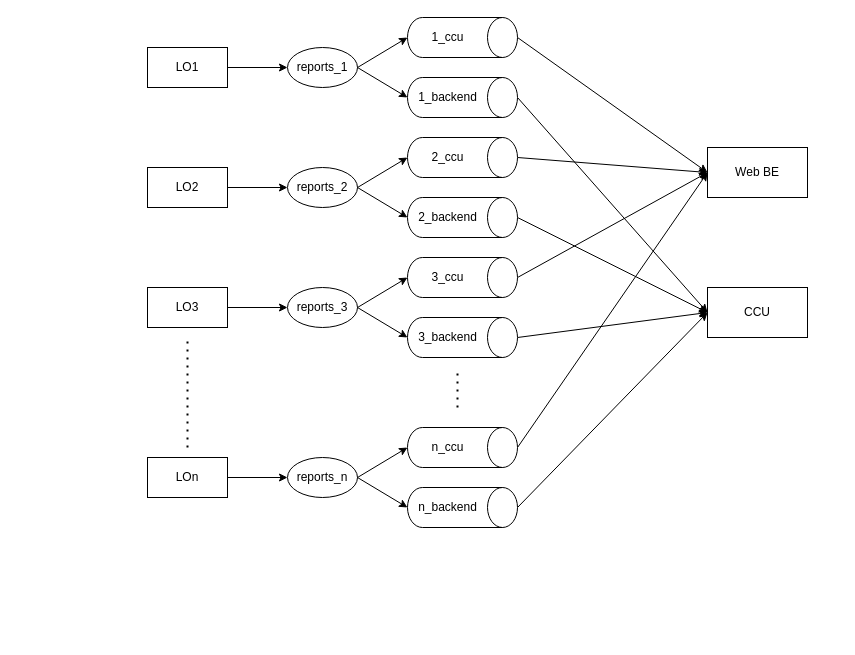
The draw.io diagram doc/diagrams/src/lo_as_producer.drawio in AUT-Hard-Ski-Paradise/.github, before the edit. Source tidied: cells renumbered, new cells numbered last; positions are measured from the earlier drawing's top-left corner, leaving out a move shared by most shapes. Both pictures are drawn from the tidied source at 100%, with x=0, y=0 at pixel (147, -18).
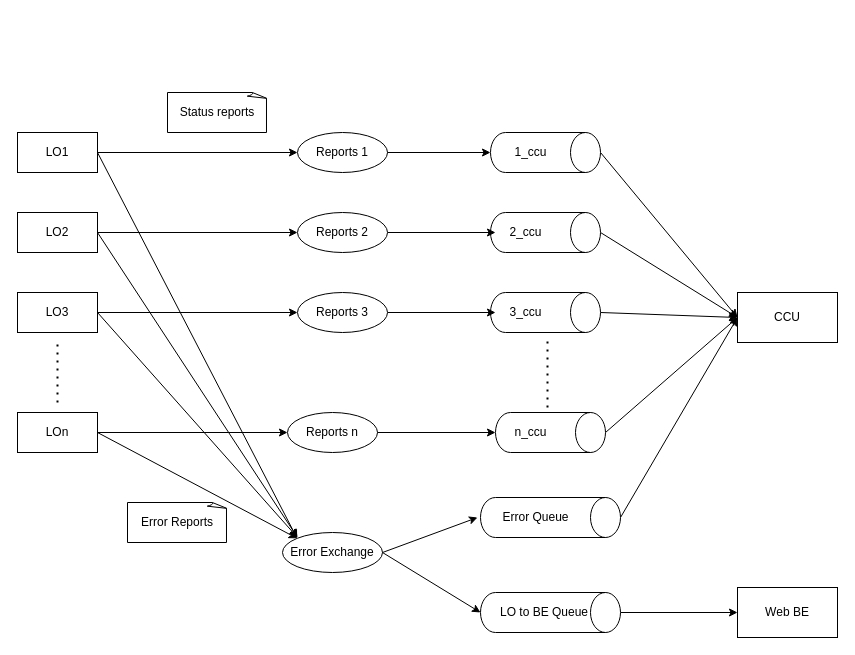
The same diagram, later.

Commit message (it also covers changes not shown here):
update lo as producer diagram

Change to the diagram source:
```diff
@@
-    <mxCell id="2" style="edgeStyle=orthogonalEdgeStyle;rounded=0;jettySize=auto;html=1;exitX=1;exitY=0.5;exitDx=0;exitDy=0;entryX=0;entryY=0.5;entryDx=0;entryDy=0;" parent="1" edge="1" source="3" target="10">
-      <mxGeometry relative="1" as="geometry" />
-    </mxCell>
+    <mxCell id="50" style="edgeStyle=none;rounded=0;jettySize=auto;html=1;exitX=1;exitY=0.5;exitDx=0;exitDy=0;" parent="1" edge="1" source="3" target="68">
+      <mxGeometry relative="1" as="geometry" />
+    </mxCell>
+    <mxCell id="51" style="edgeStyle=none;rounded=0;jettySize=auto;html=1;exitX=1;exitY=0.5;exitDx=0;exitDy=0;entryX=0;entryY=0;entryDx=0;entryDy=0;" parent="1" edge="1" source="3" target="75">
+      <mxGeometry relative="1" as="geometry" />
+    </mxCell>
     <mxCell id="3" value="LO1" style="rounded=0;whiteSpace=wrap;html=1;" parent="1" vertex="1">
-      <mxGeometry y="65" width="80" height="40" as="geometry" />
+      <mxGeometry x="-130" y="150" width="80" height="40" as="geometry" />
     </mxCell>
-    <mxCell id="4" style="edgeStyle=orthogonalEdgeStyle;rounded=0;jettySize=auto;html=1;exitX=1;exitY=0.5;exitDx=0;exitDy=0;" parent="1" edge="1" source="5" target="11">
-      <mxGeometry relative="1" as="geometry" />
-    </mxCell>
+    <mxCell id="52" style="edgeStyle=none;rounded=0;jettySize=auto;html=1;exitX=1;exitY=0.5;exitDx=0;exitDy=0;" parent="1" edge="1" source="5" target="70">
+      <mxGeometry relative="1" as="geometry" />
+    </mxCell>
+    <mxCell id="53" style="edgeStyle=none;rounded=0;jettySize=auto;html=1;exitX=1;exitY=0.5;exitDx=0;exitDy=0;" parent="1" edge="1" source="5">
+      <mxGeometry relative="1" as="geometry">
+        <mxPoint x="150" y="555" as="targetPoint" />
+      </mxGeometry>
+    </mxCell>
     <mxCell id="5" value="LO2" style="rounded=0;whiteSpace=wrap;html=1;" parent="1" vertex="1">
-      <mxGeometry y="185" width="80" height="40" as="geometry" />
+      <mxGeometry x="-130" y="230" width="80" height="40" as="geometry" />
     </mxCell>
-    <mxCell id="6" style="edgeStyle=orthogonalEdgeStyle;rounded=0;jettySize=auto;html=1;exitX=1;exitY=0.5;exitDx=0;exitDy=0;entryX=0;entryY=0.5;entryDx=0;entryDy=0;" parent="1" edge="1" source="7" target="12">
-      <mxGeometry relative="1" as="geometry" />
-    </mxCell>
+    <mxCell id="54" style="edgeStyle=none;rounded=0;jettySize=auto;html=1;exitX=1;exitY=0.5;exitDx=0;exitDy=0;" parent="1" edge="1" source="7" target="72">
+      <mxGeometry relative="1" as="geometry" />
+    </mxCell>
+    <mxCell id="55" style="edgeStyle=none;rounded=0;jettySize=auto;html=1;exitX=1;exitY=0.5;exitDx=0;exitDy=0;" parent="1" edge="1" source="7">
+      <mxGeometry relative="1" as="geometry">
+        <mxPoint x="150" y="555" as="targetPoint" />
+      </mxGeometry>
+    </mxCell>
     <mxCell id="7" value="LO3" style="rounded=0;whiteSpace=wrap;html=1;" parent="1" vertex="1">
-      <mxGeometry y="305" width="80" height="40" as="geometry" />
+      <mxGeometry x="-130" y="310" width="80" height="40" as="geometry" />
     </mxCell>
-    <mxCell id="8" style="edgeStyle=orthogonalEdgeStyle;rounded=0;jettySize=auto;html=1;exitX=1;exitY=0.5;exitDx=0;exitDy=0;" parent="1" edge="1" source="9" target="13">
-      <mxGeometry relative="1" as="geometry" />
-    </mxCell>
+    <mxCell id="56" style="edgeStyle=none;rounded=0;jettySize=auto;html=1;exitX=1;exitY=0.5;exitDx=0;exitDy=0;" parent="1" edge="1" source="9" target="73">
+      <mxGeometry relative="1" as="geometry" />
+    </mxCell>
+    <mxCell id="57" style="edgeStyle=none;rounded=0;jettySize=auto;html=1;exitX=1;exitY=0.5;exitDx=0;exitDy=0;entryX=0;entryY=0;entryDx=0;entryDy=0;" parent="1" edge="1" source="9" target="75">
+      <mxGeometry relative="1" as="geometry" />
+    </mxCell>
     <mxCell id="9" value="LOn" style="rounded=0;whiteSpace=wrap;html=1;" parent="1" vertex="1">
-      <mxGeometry y="475" width="80" height="40" as="geometry" />
+      <mxGeometry x="-130" y="430" width="80" height="40" as="geometry" />
     </mxCell>
-    <mxCell id="10" value="reports_1" style="ellipse;whiteSpace=wrap;html=1;" parent="1" vertex="1">
-      <mxGeometry x="140" y="65" width="70" height="40" as="geometry" />
-    </mxCell>
-    <mxCell id="11" value="reports_2" style="ellipse;whiteSpace=wrap;html=1;" parent="1" vertex="1">
-      <mxGeometry x="140" y="185" width="70" height="40" as="geometry" />
-    </mxCell>
-    <mxCell id="12" value="reports_3" style="ellipse;whiteSpace=wrap;html=1;" parent="1" vertex="1">
-      <mxGeometry x="140" y="305" width="70" height="40" as="geometry" />
-    </mxCell>
-    <mxCell id="13" value="reports_n" style="ellipse;whiteSpace=wrap;html=1;" parent="1" vertex="1">
-      <mxGeometry x="140" y="475" width="70" height="40" as="geometry" />
-    </mxCell>
-    <mxCell id="14" style="edgeStyle=none;rounded=0;jettySize=auto;html=1;exitX=0.5;exitY=0;exitDx=0;exitDy=0;exitPerimeter=0;entryX=0;entryY=0.5;entryDx=0;entryDy=0;" parent="1" edge="1" source="15" target="33">
-      <mxGeometry relative="1" as="geometry" />
-    </mxCell>
+    <mxCell id="58" style="edgeStyle=none;rounded=0;jettySize=auto;html=1;exitX=0.5;exitY=0;exitDx=0;exitDy=0;exitPerimeter=0;entryX=0;entryY=0.5;entryDx=0;entryDy=0;" parent="1" edge="1" source="15" target="32">
+      <mxGeometry relative="1" as="geometry" />
+    </mxCell>
     <mxCell id="15" style="shape=cylinder3;whiteSpace=wrap;html=1;boundedLbl=1;backgroundOutline=1;size=15;rotation=90;" parent="1" vertex="1">
-      <mxGeometry x="295" width="40" height="110" as="geometry" />
+      <mxGeometry x="378" y="115" width="40" height="110" as="geometry" />
     </mxCell>
-    <mxCell id="16" style="edgeStyle=none;rounded=0;jettySize=auto;html=1;exitX=0.5;exitY=0;exitDx=0;exitDy=0;exitPerimeter=0;entryX=0;entryY=0.5;entryDx=0;entryDy=0;" parent="1" edge="1" source="17" target="32">
-      <mxGeometry relative="1" as="geometry" />
-    </mxCell>
-    <mxCell id="17" style="shape=cylinder3;whiteSpace=wrap;html=1;boundedLbl=1;backgroundOutline=1;size=15;rotation=90;" parent="1" vertex="1">
-      <mxGeometry x="295" y="60" width="40" height="110" as="geometry" />
-    </mxCell>
-    <mxCell id="18" style="edgeStyle=none;rounded=0;jettySize=auto;html=1;exitX=0.5;exitY=0;exitDx=0;exitDy=0;exitPerimeter=0;entryX=0;entryY=0.5;entryDx=0;entryDy=0;" parent="1" edge="1" source="19" target="33">
-      <mxGeometry relative="1" as="geometry" />
-    </mxCell>
+    <mxCell id="59" style="edgeStyle=none;rounded=0;jettySize=auto;html=1;exitX=0.5;exitY=0;exitDx=0;exitDy=0;exitPerimeter=0;entryX=0;entryY=0.5;entryDx=0;entryDy=0;" parent="1" edge="1" source="19" target="32">
+      <mxGeometry relative="1" as="geometry" />
+    </mxCell>
     <mxCell id="19" style="shape=cylinder3;whiteSpace=wrap;html=1;boundedLbl=1;backgroundOutline=1;size=15;rotation=90;" parent="1" vertex="1">
-      <mxGeometry x="295" y="120" width="40" height="110" as="geometry" />
+      <mxGeometry x="378" y="195" width="40" height="110" as="geometry" />
     </mxCell>
-    <mxCell id="20" style="edgeStyle=none;rounded=0;jettySize=auto;html=1;exitX=0.5;exitY=0;exitDx=0;exitDy=0;exitPerimeter=0;entryX=0;entryY=0.5;entryDx=0;entryDy=0;" parent="1" edge="1" source="21" target="32">
-      <mxGeometry relative="1" as="geometry" />
-    </mxCell>
-    <mxCell id="21" style="shape=cylinder3;whiteSpace=wrap;html=1;boundedLbl=1;backgroundOutline=1;size=15;rotation=90;" parent="1" vertex="1">
-      <mxGeometry x="295" y="180" width="40" height="110" as="geometry" />
-    </mxCell>
-    <mxCell id="22" style="edgeStyle=none;rounded=0;jettySize=auto;html=1;exitX=0.5;exitY=0;exitDx=0;exitDy=0;exitPerimeter=0;entryX=0;entryY=0.5;entryDx=0;entryDy=0;" parent="1" edge="1" source="23" target="33">
-      <mxGeometry relative="1" as="geometry" />
-    </mxCell>
+    <mxCell id="60" style="edgeStyle=none;rounded=0;jettySize=auto;html=1;exitX=0.5;exitY=0;exitDx=0;exitDy=0;exitPerimeter=0;" parent="1" edge="1" source="23">
+      <mxGeometry relative="1" as="geometry">
+        <mxPoint x="590" y="335" as="targetPoint" />
+      </mxGeometry>
+    </mxCell>
     <mxCell id="23" style="shape=cylinder3;whiteSpace=wrap;html=1;boundedLbl=1;backgroundOutline=1;size=15;rotation=90;" parent="1" vertex="1">
-      <mxGeometry x="295" y="240" width="40" height="110" as="geometry" />
+      <mxGeometry x="378" y="275" width="40" height="110" as="geometry" />
     </mxCell>
-    <mxCell id="24" style="edgeStyle=none;rounded=0;jettySize=auto;html=1;exitX=0.5;exitY=0;exitDx=0;exitDy=0;exitPerimeter=0;entryX=0;entryY=0.5;entryDx=0;entryDy=0;" parent="1" edge="1" source="25" target="32">
-      <mxGeometry relative="1" as="geometry" />
-    </mxCell>
-    <mxCell id="25" style="shape=cylinder3;whiteSpace=wrap;html=1;boundedLbl=1;backgroundOutline=1;size=15;rotation=90;" parent="1" vertex="1">
-      <mxGeometry x="295" y="300" width="40" height="110" as="geometry" />
-    </mxCell>
-    <mxCell id="26" style="edgeStyle=none;rounded=0;jettySize=auto;html=1;exitX=0.5;exitY=0;exitDx=0;exitDy=0;exitPerimeter=0;entryX=0;entryY=0.5;entryDx=0;entryDy=0;" parent="1" edge="1" source="27" target="33">
-      <mxGeometry relative="1" as="geometry" />
-    </mxCell>
+    <mxCell id="61" style="edgeStyle=none;rounded=0;jettySize=auto;html=1;exitX=0.5;exitY=0;exitDx=0;exitDy=0;exitPerimeter=0;entryX=0;entryY=0.5;entryDx=0;entryDy=0;" parent="1" edge="1" source="27" target="32">
+      <mxGeometry relative="1" as="geometry" />
+    </mxCell>
     <mxCell id="27" style="shape=cylinder3;whiteSpace=wrap;html=1;boundedLbl=1;backgroundOutline=1;size=15;rotation=90;" parent="1" vertex="1">
-      <mxGeometry x="295" y="410" width="40" height="110" as="geometry" />
+      <mxGeometry x="383" y="395" width="40" height="110" as="geometry" />
     </mxCell>
-    <mxCell id="28" style="edgeStyle=none;rounded=0;jettySize=auto;html=1;exitX=0.5;exitY=0;exitDx=0;exitDy=0;exitPerimeter=0;entryX=0;entryY=0.5;entryDx=0;entryDy=0;" parent="1" edge="1" source="29" target="32">
-      <mxGeometry relative="1" as="geometry" />
-    </mxCell>
-    <mxCell id="29" style="shape=cylinder3;whiteSpace=wrap;html=1;boundedLbl=1;backgroundOutline=1;size=15;rotation=90;" parent="1" vertex="1">
-      <mxGeometry x="295" y="470" width="40" height="110" as="geometry" />
-    </mxCell>
-    <mxCell id="30" style="edgeStyle=none;rounded=0;jettySize=auto;html=1;exitX=1;exitY=0.5;exitDx=0;exitDy=0;entryX=0.5;entryY=1;entryDx=0;entryDy=0;entryPerimeter=0;" parent="1" edge="1" source="10" target="15">
-      <mxGeometry relative="1" as="geometry" />
-    </mxCell>
-    <mxCell id="31" style="edgeStyle=none;rounded=0;jettySize=auto;html=1;exitX=1;exitY=0.5;exitDx=0;exitDy=0;entryX=0.5;entryY=1;entryDx=0;entryDy=0;entryPerimeter=0;" parent="1" edge="1" source="10" target="17">
-      <mxGeometry relative="1" as="geometry" />
-    </mxCell>
     <mxCell id="32" value="CCU" style="rounded=0;whiteSpace=wrap;html=1;" parent="1" vertex="1">
-      <mxGeometry x="560" y="305" width="100" height="50" as="geometry" />
+      <mxGeometry x="590" y="310" width="100" height="50" as="geometry" />
     </mxCell>
     <mxCell id="33" value="Web BE" style="rounded=0;whiteSpace=wrap;html=1;" parent="1" vertex="1">
-      <mxGeometry x="560" y="165" width="100" height="50" as="geometry" />
+      <mxGeometry x="590" y="605" width="100" height="50" as="geometry" />
     </mxCell>
-    <mxCell id="34" style="edgeStyle=none;rounded=0;jettySize=auto;html=1;exitX=1;exitY=0.5;exitDx=0;exitDy=0;entryX=0.5;entryY=1;entryDx=0;entryDy=0;entryPerimeter=0;" parent="1" edge="1" source="11" target="19">
-      <mxGeometry relative="1" as="geometry" />
-    </mxCell>
-    <mxCell id="35" style="edgeStyle=none;rounded=0;jettySize=auto;html=1;exitX=1;exitY=0.5;exitDx=0;exitDy=0;entryX=0.5;entryY=1;entryDx=0;entryDy=0;entryPerimeter=0;" parent="1" edge="1" source="11" target="21">
-      <mxGeometry relative="1" as="geometry" />
-    </mxCell>
-    <mxCell id="36" style="edgeStyle=none;rounded=0;jettySize=auto;html=1;exitX=1;exitY=0.5;exitDx=0;exitDy=0;entryX=0.5;entryY=1;entryDx=0;entryDy=0;entryPerimeter=0;" parent="1" edge="1" source="12" target="23">
-      <mxGeometry relative="1" as="geometry" />
-    </mxCell>
-    <mxCell id="37" style="edgeStyle=none;rounded=0;jettySize=auto;html=1;exitX=1;exitY=0.5;exitDx=0;exitDy=0;entryX=0.5;entryY=1;entryDx=0;entryDy=0;entryPerimeter=0;" parent="1" edge="1" source="12" target="25">
-      <mxGeometry relative="1" as="geometry" />
-    </mxCell>
-    <mxCell id="38" style="edgeStyle=none;rounded=0;jettySize=auto;html=1;exitX=1;exitY=0.5;exitDx=0;exitDy=0;entryX=0.5;entryY=1;entryDx=0;entryDy=0;entryPerimeter=0;" parent="1" edge="1" source="13" target="27">
-      <mxGeometry relative="1" as="geometry" />
-    </mxCell>
-    <mxCell id="39" style="edgeStyle=none;rounded=0;jettySize=auto;html=1;exitX=1;exitY=0.5;exitDx=0;exitDy=0;entryX=0.5;entryY=1;entryDx=0;entryDy=0;entryPerimeter=0;" parent="1" edge="1" source="13" target="29">
-      <mxGeometry relative="1" as="geometry" />
-    </mxCell>
     <mxCell id="40" value="1_ccu" style="text;html=1;align=center;verticalAlign=middle;strokeColor=none;fillColor=none;" parent="1" vertex="1">
-      <mxGeometry x="270" y="40" width="60" height="30" as="geometry" />
+      <mxGeometry x="353" y="155" width="60" height="30" as="geometry" />
     </mxCell>
     <mxCell id="41" value="2_ccu" style="text;html=1;align=center;verticalAlign=middle;points=[];strokeColor=none;fillColor=none;" parent="1" vertex="1">
-      <mxGeometry x="270" y="160" width="60" height="30" as="geometry" />
+      <mxGeometry x="348" y="235" width="60" height="30" as="geometry" />
     </mxCell>
     <mxCell id="42" value="3_ccu" style="text;html=1;align=center;verticalAlign=middle;points=[];strokeColor=none;fillColor=none;" parent="1" vertex="1">
-      <mxGeometry x="270" y="280" width="60" height="30" as="geometry" />
+      <mxGeometry x="348" y="315" width="60" height="30" as="geometry" />
     </mxCell>
     <mxCell id="43" value="n_ccu" style="text;html=1;align=center;verticalAlign=middle;strokeColor=none;fillColor=none;" parent="1" vertex="1">
-      <mxGeometry x="270" y="450" width="60" height="30" as="geometry" />
+      <mxGeometry x="353" y="435" width="60" height="30" as="geometry" />
     </mxCell>
-    <mxCell id="44" value="1_backend" style="text;html=1;align=center;verticalAlign=middle;strokeColor=none;fillColor=none;" parent="1" vertex="1">
-      <mxGeometry x="260" y="100" width="80" height="30" as="geometry" />
-    </mxCell>
-    <mxCell id="45" value="2_backend" style="text;html=1;align=center;verticalAlign=middle;strokeColor=none;fillColor=none;" parent="1" vertex="1">
-      <mxGeometry x="260" y="220" width="80" height="30" as="geometry" />
-    </mxCell>
-    <mxCell id="46" value="3_backend" style="text;html=1;align=center;verticalAlign=middle;strokeColor=none;fillColor=none;" parent="1" vertex="1">
-      <mxGeometry x="260" y="340" width="80" height="30" as="geometry" />
-    </mxCell>
-    <mxCell id="47" value="n_backend" style="text;html=1;align=center;verticalAlign=middle;strokeColor=none;fillColor=none;" parent="1" vertex="1">
-      <mxGeometry x="260" y="510" width="80" height="30" as="geometry" />
-    </mxCell>
     <mxCell id="48" style="endArrow=none;dashed=1;html=1;dashPattern=1 3;strokeWidth=2;rounded=0;" parent="1" edge="1">
       <mxGeometry relative="1" as="geometry">
-        <mxPoint x="310" y="425" as="sourcePoint" />
-        <mxPoint x="310" y="385" as="targetPoint" />
+        <mxPoint x="400" y="425" as="sourcePoint" />
+        <mxPoint x="400" y="355" as="targetPoint" />
       </mxGeometry>
     </mxCell>
     <mxCell id="49" style="endArrow=none;dashed=1;html=1;dashPattern=1 3;strokeWidth=2;rounded=0;" parent="1" edge="1">
       <mxGeometry relative="1" as="geometry">
-        <mxPoint x="40" y="465" as="sourcePoint" />
-        <mxPoint x="40" y="355" as="targetPoint" />
+        <mxPoint x="-90" y="420" as="sourcePoint" />
+        <mxPoint x="-90" y="360" as="targetPoint" />
       </mxGeometry>
     </mxCell>
+    <mxCell id="62" style="edgeStyle=none;rounded=0;jettySize=auto;html=1;exitX=0.5;exitY=0;exitDx=0;exitDy=0;exitPerimeter=0;entryX=0;entryY=0.5;entryDx=0;entryDy=0;" parent="1" edge="1" source="63" target="33">
+      <mxGeometry relative="1" as="geometry" />
+    </mxCell>
+    <mxCell id="63" style="shape=cylinder3;whiteSpace=wrap;html=1;boundedLbl=1;backgroundOutline=1;size=15;rotation=90;" parent="1" vertex="1">
+      <mxGeometry x="383" y="560" width="40" height="140" as="geometry" />
+    </mxCell>
+    <mxCell id="64" value="LO to BE Queue" style="text;html=1;strokeColor=none;fillColor=none;align=center;verticalAlign=middle;whiteSpace=wrap;rounded=0;" parent="1" vertex="1">
+      <mxGeometry x="343" y="615" width="108" height="30" as="geometry" />
+    </mxCell>
+    <mxCell id="65" style="edgeStyle=none;rounded=0;jettySize=auto;html=1;exitX=0.5;exitY=0;exitDx=0;exitDy=0;exitPerimeter=0;entryX=0;entryY=0.5;entryDx=0;entryDy=0;" parent="1" edge="1" source="66" target="32">
+      <mxGeometry relative="1" as="geometry" />
+    </mxCell>
+    <mxCell id="66" style="shape=cylinder3;whiteSpace=wrap;html=1;boundedLbl=1;backgroundOutline=1;size=15;rotation=90;" parent="1" vertex="1">
+      <mxGeometry x="383" y="465" width="40" height="140" as="geometry" />
+    </mxCell>
+    <mxCell id="67" value="Error Queue" style="text;html=1;align=center;verticalAlign=middle;strokeColor=none;fillColor=none;" parent="1" vertex="1">
+      <mxGeometry x="343" y="520" width="90" height="30" as="geometry" />
+    </mxCell>
+    <mxCell id="68" value="Reports 1" style="ellipse;whiteSpace=wrap;html=1;" parent="1" vertex="1">
+      <mxGeometry x="150" y="150" width="90" height="40" as="geometry" />
+    </mxCell>
+    <mxCell id="69" style="edgeStyle=none;rounded=0;jettySize=auto;html=1;exitX=1;exitY=0.5;exitDx=0;exitDy=0;" parent="1" edge="1" source="70" target="41">
+      <mxGeometry relative="1" as="geometry" />
+    </mxCell>
+    <mxCell id="70" value="Reports 2" style="ellipse;whiteSpace=wrap;html=1;" parent="1" vertex="1">
+      <mxGeometry x="150" y="230" width="90" height="40" as="geometry" />
+    </mxCell>
+    <mxCell id="71" style="edgeStyle=none;rounded=0;jettySize=auto;html=1;exitX=1;exitY=0.5;exitDx=0;exitDy=0;" parent="1" edge="1" source="72" target="42">
+      <mxGeometry relative="1" as="geometry" />
+    </mxCell>
+    <mxCell id="72" value="Reports 3" style="ellipse;whiteSpace=wrap;html=1;" parent="1" vertex="1">
+      <mxGeometry x="150" y="310" width="90" height="40" as="geometry" />
+    </mxCell>
+    <mxCell id="73" value="Reports n" style="ellipse;whiteSpace=wrap;html=1;" parent="1" vertex="1">
+      <mxGeometry x="140" y="430" width="90" height="40" as="geometry" />
+    </mxCell>
+    <mxCell id="74" style="edgeStyle=none;rounded=0;jettySize=auto;html=1;exitX=1;exitY=0.5;exitDx=0;exitDy=0;entryX=0.5;entryY=1;entryDx=0;entryDy=0;entryPerimeter=0;" parent="1" edge="1" source="75" target="63">
+      <mxGeometry relative="1" as="geometry" />
+    </mxCell>
+    <mxCell id="75" value="Error Exchange" style="ellipse;whiteSpace=wrap;html=1;" parent="1" vertex="1">
+      <mxGeometry x="135" y="550" width="100" height="40" as="geometry" />
+    </mxCell>
+    <mxCell id="76" style="edgeStyle=none;rounded=0;jettySize=auto;html=1;exitX=1;exitY=0.5;exitDx=0;exitDy=0;entryX=0.5;entryY=1;entryDx=0;entryDy=0;entryPerimeter=0;" parent="1" edge="1" source="68" target="15">
+      <mxGeometry relative="1" as="geometry" />
+    </mxCell>
+    <mxCell id="77" style="edgeStyle=none;rounded=0;jettySize=auto;html=1;exitX=1;exitY=0.5;exitDx=0;exitDy=0;" parent="1" edge="1" source="75">
+      <mxGeometry relative="1" as="geometry">
+        <mxPoint x="330" y="535" as="targetPoint" />
+      </mxGeometry>
+    </mxCell>
+    <mxCell id="78" style="edgeStyle=none;rounded=0;jettySize=auto;html=1;exitX=1;exitY=0.5;exitDx=0;exitDy=0;entryX=0.5;entryY=1;entryDx=0;entryDy=0;entryPerimeter=0;" parent="1" edge="1" source="73" target="27">
+      <mxGeometry relative="1" as="geometry" />
+    </mxCell>
+    <mxCell id="79" value="Status reports" style="whiteSpace=wrap;html=1;shape=mxgraph.basic.document;" parent="1" vertex="1">
+      <mxGeometry x="20" y="110" width="100" height="40" as="geometry" />
+    </mxCell>
+    <mxCell id="80" value="Error Reports" style="whiteSpace=wrap;html=1;shape=mxgraph.basic.document;" parent="1" vertex="1">
+      <mxGeometry x="-20" y="520" width="100" height="40" as="geometry" />
+    </mxCell>
```
